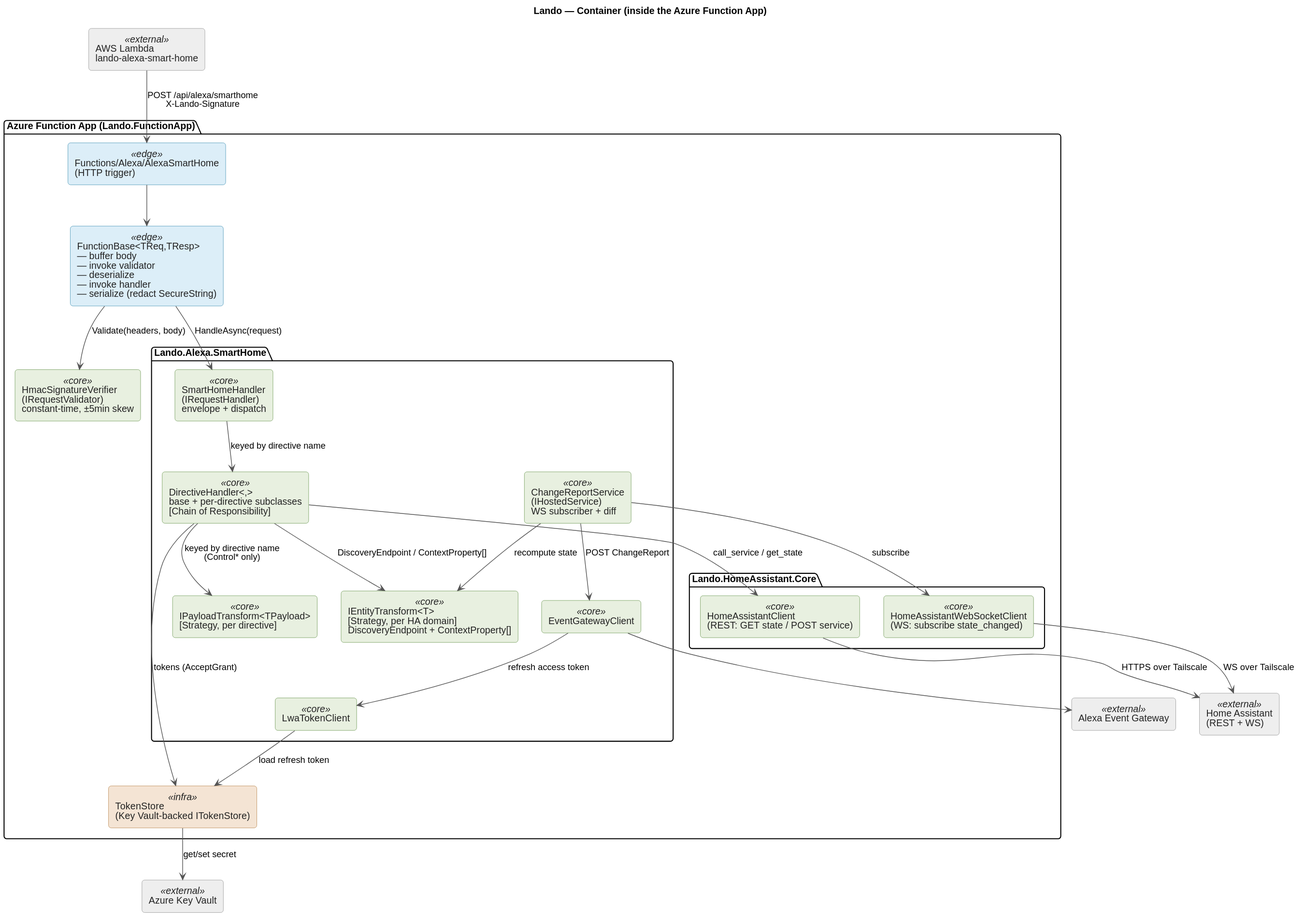
mirapalheta/lando keeps this PlantUML diagram as docs/assets/src/docs/assets/02-container.svg. Above is the earlier version. Its diagram source:
```plantuml
@startuml
title Lando — Container (inside the Azure Function App)

skinparam defaultFontName Helvetica
skinparam shadowing false
skinparam roundCorner 8
skinparam ArrowColor #555555

skinparam rectangle {
  BackgroundColor<<edge>>     #DCEEF8
  BorderColor<<edge>>         #2E86AB
  BackgroundColor<<core>>     #E8F0E0
  BorderColor<<core>>         #5B8C3E
  BackgroundColor<<infra>>    #F4E4D4
  BorderColor<<infra>>        #B07A3D
  BackgroundColor<<external>> #EEEEEE
  BorderColor<<external>>     #888888
  FontColor                   #222222
}

rectangle "AWS Lambda\nlando-alexa-smart-home" as lambda <<external>>
rectangle "Alexa Event Gateway" as gw <<external>>
rectangle "Home Assistant\n(REST + WS)" as ha <<external>>
rectangle "Azure Key Vault" as kv <<external>>

package "Azure Function App (Lando.FunctionApp)" {
  rectangle "Functions/Alexa/AlexaSmartHome\n(HTTP trigger)" as trigger <<edge>>
  rectangle "FunctionBase<TReq,TResp>\n— buffer body\n— invoke validator\n— deserialize\n— invoke handler\n— serialize (redact SecureString)" as base <<edge>>
  rectangle "HmacSignatureVerifier\n(IRequestValidator)\nconstant-time, ±5min skew" as hmac <<core>>

  package "Lando.Alexa.SmartHome" {
    rectangle "SmartHomeHandler\n(IRequestHandler)\nenvelope + dispatch" as smh <<core>>
    rectangle "DirectiveHandler<,>\nbase + per-directive subclasses\n[Chain of Responsibility]" as dh <<core>>
    rectangle "IPayloadTransform<TPayload>\n[Strategy, per directive]" as pt <<core>>
    rectangle "IEntityTransform<T>\n[Strategy, per HA domain]\nDiscoveryEndpoint + ContextProperty[]" as et <<core>>
    rectangle "ChangeReportService\n(IHostedService)\nWS subscriber + diff" as crs <<core>>
    rectangle "EventGatewayClient" as egc <<core>>
    rectangle "LwaTokenClient" as lwa <<core>>
  }

  package "Lando.HomeAssistant.Core" {
    rectangle "HomeAssistantClient\n(REST: GET state / POST service)" as hac <<core>>
    rectangle "HomeAssistantWebSocketClient\n(WS: subscribe state_changed)" as haws <<core>>
  }

  rectangle "TokenStore\n(Key Vault-backed ITokenStore)" as ts <<infra>>
}

lambda --> trigger : POST /api/alexa/smarthome\nX-Lando-Signature
trigger --> base
base --> hmac : Validate(headers, body)
base --> smh : HandleAsync(request)
smh --> dh : keyed by directive name
dh --> pt : keyed by directive name\n(Control* only)
dh --> et : DiscoveryEndpoint / ContextProperty[]
dh --> hac : call_service / get_state
dh --> ts : tokens (AcceptGrant)
hac --> ha : HTTPS over Tailscale
haws --> ha : WS over Tailscale
crs --> haws : subscribe
crs --> et : recompute state
crs --> egc : POST ChangeReport
egc --> gw
egc --> lwa : refresh access token
lwa --> ts : load refresh token
ts --> kv : get/set secret
@enduml
```
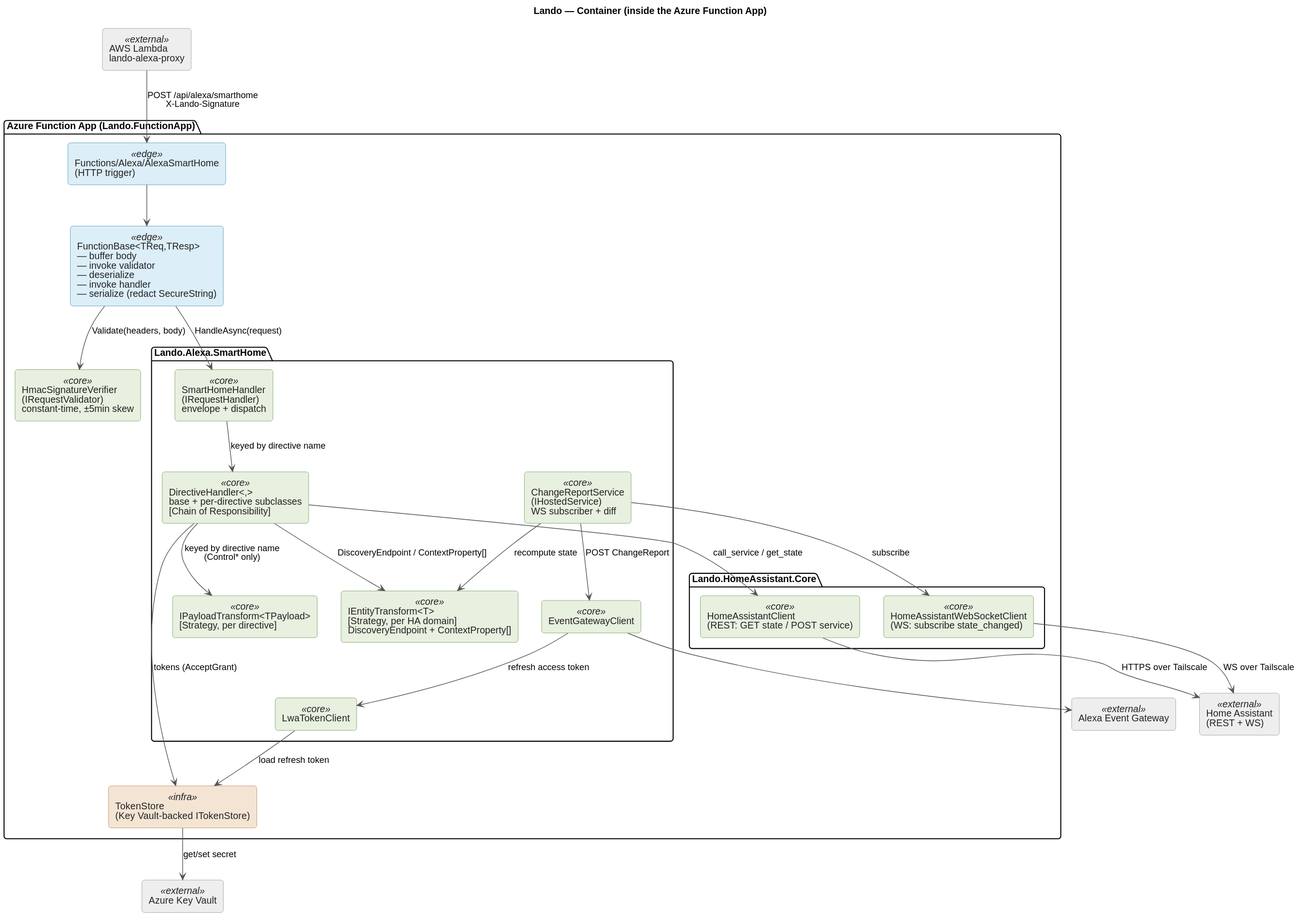
The same diagram one commit later.

Change to the diagram source:
```diff
@@ -18,7 +18,7 @@
   FontColor                   #222222
 }
 
-rectangle "AWS Lambda\nlando-alexa-smart-home" as lambda <<external>>
+rectangle "AWS Lambda\nlando-alexa-proxy" as lambda <<external>>
 rectangle "Alexa Event Gateway" as gw <<external>>
 rectangle "Home Assistant\n(REST + WS)" as ha <<external>>
 rectangle "Azure Key Vault" as kv <<external>>
```
